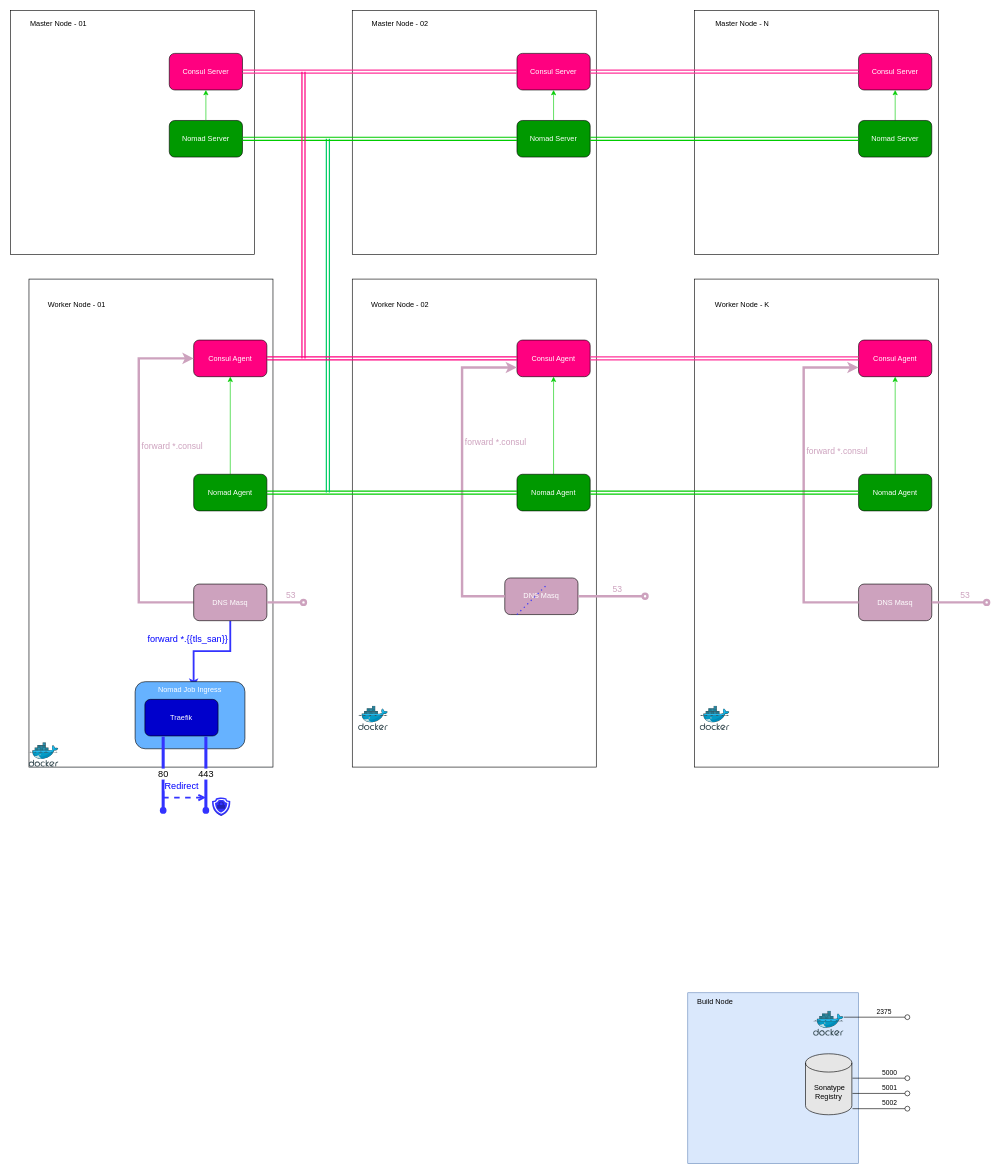
The draw.io diagram docs/images/Architecture.drawio in suikast42/nomadder, before the edit. Source tidied: cells renumbered, new cells numbered last; positions are measured from the earlier drawing's top-left corner, leaving out a move shared by most shapes. Both pictures are drawn from the tidied source at 61%, with x=0, y=0 at pixel (10, 10).
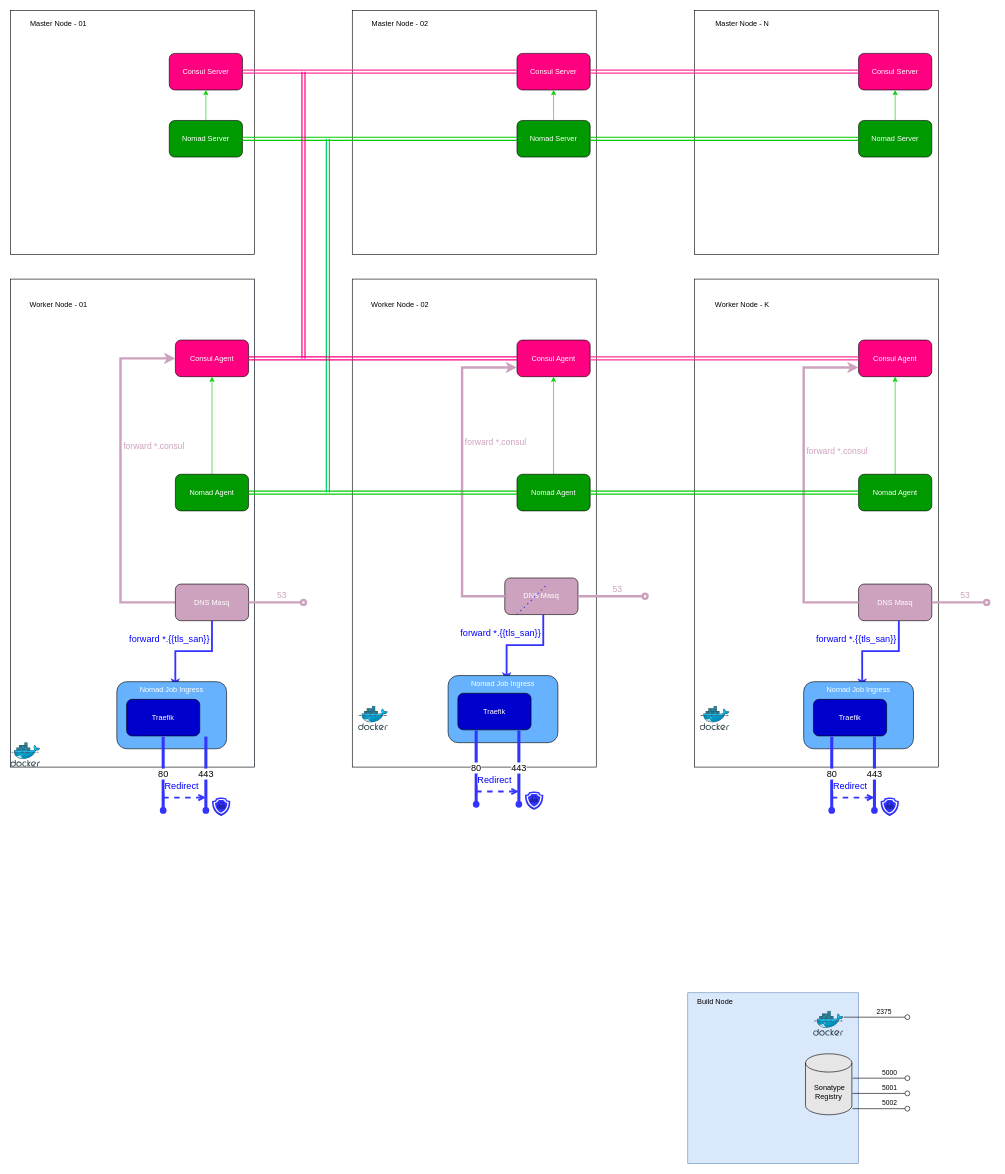
The same diagram, later.

The edit, as a diff of the source:
```diff
@@
     <mxCell id="2" style="group;labelBackgroundColor=none;fillColor=#66B2FF;" parent="1" vertex="1">
-      <mxGeometry x="30" y="440" width="400" height="800" as="geometry" />
+      <mxGeometry y="440" width="400" height="800" as="geometry" />
     </mxCell>
@@
     <mxCell id="27" style="group;" parent="1" vertex="1">
-      <mxGeometry x="560" y="440" width="400" height="800" as="geometry" />
+      <mxGeometry x="560" y="440" width="400" height="870" as="geometry" />
     </mxCell>
@@
+    <mxCell id="80" value="forward *.{{tls_san}}" style="edgeStyle=orthogonalEdgeStyle;rounded=0;jettySize=auto;html=1;entryX=0.533;entryY=0.091;entryDx=0;entryDy=0;entryPerimeter=0;strokeColor=#3333FF;strokeWidth=3;fontSize=15;fontColor=#0000FF;startArrow=none;startFill=0;endArrow=classic;endFill=1;" parent="27" edge="1" target="81">
+      <mxGeometry x="0.29" y="-22" relative="1" as="geometry">
+        <mxPoint x="313.1" y="550" as="sourcePoint" />
+        <Array as="points">
+          <mxPoint x="313.1" y="600" />
+          <mxPoint x="253.1" y="600" />
+        </Array>
+        <mxPoint x="12" y="-20" as="offset" />
+      </mxGeometry>
+    </mxCell>
+    <mxCell id="81" value="Nomad Job Ingress" style="rounded=1;whiteSpace=wrap;html=1;labelBackgroundColor=none;fontColor=#FFFFFF;fillColor=#66B2FF;horizontal=1;verticalAlign=top;" parent="27" vertex="1">
+      <mxGeometry x="157.1" y="650" width="180" height="110" as="geometry" />
+    </mxCell>
+    <mxCell id="82" value="Traefik" style="rounded=1;whiteSpace=wrap;html=1;labelBackgroundColor=none;fontColor=#FFFFFF;fillColor=#0000CC;" parent="27" vertex="1">
+      <mxGeometry x="173.1" y="679" width="120" height="60" as="geometry" />
+    </mxCell>
+    <mxCell id="83" value="443" style="edgeStyle=orthogonalEdgeStyle;rounded=0;orthogonalLoop=1;jettySize=auto;html=1;fontSize=15;endArrow=oval;endFill=1;strokeWidth=5;strokeColor=#3333FF;" parent="27" edge="1">
+      <mxGeometry relative="1" as="geometry">
+        <mxPoint x="273.1" y="740" as="sourcePoint" />
+        <mxPoint x="273.1" y="861" as="targetPoint" />
+      </mxGeometry>
+    </mxCell>
+    <mxCell id="84" value="80" style="edgeStyle=orthogonalEdgeStyle;rounded=0;orthogonalLoop=1;jettySize=auto;html=1;fontSize=15;endArrow=oval;endFill=1;strokeWidth=5;strokeColor=#3333FF;" parent="27" edge="1">
+      <mxGeometry relative="1" as="geometry">
+        <mxPoint x="203.1" y="740" as="sourcePoint" />
+        <mxPoint x="203.1" y="861" as="targetPoint" />
+        <Array as="points">
+          <mxPoint x="203.1" y="810" />
+          <mxPoint x="203.1" y="810" />
+        </Array>
+      </mxGeometry>
+    </mxCell>
+    <mxCell id="85" style="dashed=0;verticalLabelPosition=bottom;verticalAlign=top;align=center;html=1;shape=mxgraph.aws3.ssl_padlock;fillColor=#3333FF;gradientColor=none;fontSize=15;fontColor=#0000FF;strokeColor=#3333FF;" parent="27" vertex="1">
+      <mxGeometry x="283.1" y="840" width="30" height="30" as="geometry" />
+    </mxCell>
+    <mxCell id="86" value="Redirect" style="endArrow=open;dashed=1;html=1;strokeWidth=3;rounded=0;strokeColor=#3333FF;fontSize=15;fontColor=#0000FF;endFill=0;" parent="27" edge="1">
+      <mxGeometry x="-0.14" y="20" relative="1" as="geometry">
+        <mxPoint x="203.1" y="840" as="sourcePoint" />
+        <mxPoint x="273.1" y="840" as="targetPoint" />
+      </mxGeometry>
+    </mxCell>
     <mxCell id="37" style="group;fontSize=14;fontColor=#CDA2BE;" parent="1" vertex="1">
-      <mxGeometry x="1121" y="440" width="400" height="800" as="geometry" />
+      <mxGeometry x="1121" y="440" width="400" height="880" as="geometry" />
     </mxCell>
@@
+    <mxCell id="87" value="forward *.{{tls_san}}" style="edgeStyle=orthogonalEdgeStyle;rounded=0;jettySize=auto;html=1;entryX=0.533;entryY=0.091;entryDx=0;entryDy=0;entryPerimeter=0;strokeColor=#3333FF;strokeWidth=3;fontSize=15;fontColor=#0000FF;startArrow=none;startFill=0;endArrow=classic;endFill=1;" parent="37" edge="1" target="88">
+      <mxGeometry x="0.29" y="-22" relative="1" as="geometry">
+        <mxPoint x="335" y="560" as="sourcePoint" />
+        <Array as="points">
+          <mxPoint x="335" y="610" />
+          <mxPoint x="275" y="610" />
+        </Array>
+        <mxPoint x="12" y="-20" as="offset" />
+      </mxGeometry>
+    </mxCell>
+    <mxCell id="88" value="Nomad Job Ingress" style="rounded=1;whiteSpace=wrap;html=1;labelBackgroundColor=none;fontColor=#FFFFFF;fillColor=#66B2FF;horizontal=1;verticalAlign=top;" parent="37" vertex="1">
+      <mxGeometry x="179" y="660" width="180" height="110" as="geometry" />
+    </mxCell>
+    <mxCell id="89" value="Traefik" style="rounded=1;whiteSpace=wrap;html=1;labelBackgroundColor=none;fontColor=#FFFFFF;fillColor=#0000CC;" parent="37" vertex="1">
+      <mxGeometry x="195" y="689" width="120" height="60" as="geometry" />
+    </mxCell>
+    <mxCell id="90" value="443" style="edgeStyle=orthogonalEdgeStyle;rounded=0;orthogonalLoop=1;jettySize=auto;html=1;fontSize=15;endArrow=oval;endFill=1;strokeWidth=5;strokeColor=#3333FF;" parent="37" edge="1">
+      <mxGeometry relative="1" as="geometry">
+        <mxPoint x="295" y="750" as="sourcePoint" />
+        <mxPoint x="295" y="871" as="targetPoint" />
+      </mxGeometry>
+    </mxCell>
+    <mxCell id="91" value="80" style="edgeStyle=orthogonalEdgeStyle;rounded=0;orthogonalLoop=1;jettySize=auto;html=1;fontSize=15;endArrow=oval;endFill=1;strokeWidth=5;strokeColor=#3333FF;" parent="37" edge="1">
+      <mxGeometry relative="1" as="geometry">
+        <mxPoint x="225" y="750" as="sourcePoint" />
+        <mxPoint x="225" y="871" as="targetPoint" />
+        <Array as="points">
+          <mxPoint x="225" y="820" />
+          <mxPoint x="225" y="820" />
+        </Array>
+      </mxGeometry>
+    </mxCell>
+    <mxCell id="92" style="dashed=0;verticalLabelPosition=bottom;verticalAlign=top;align=center;html=1;shape=mxgraph.aws3.ssl_padlock;fillColor=#3333FF;gradientColor=none;fontSize=15;fontColor=#0000FF;strokeColor=#3333FF;" parent="37" vertex="1">
+      <mxGeometry x="305" y="850" width="30" height="30" as="geometry" />
+    </mxCell>
+    <mxCell id="93" value="Redirect" style="endArrow=open;dashed=1;html=1;strokeWidth=3;rounded=0;strokeColor=#3333FF;fontSize=15;fontColor=#0000FF;endFill=0;" parent="37" edge="1">
+      <mxGeometry x="-0.14" y="20" relative="1" as="geometry">
+        <mxPoint x="225" y="850" as="sourcePoint" />
+        <mxPoint x="295" y="850" as="targetPoint" />
+      </mxGeometry>
+    </mxCell>
```
